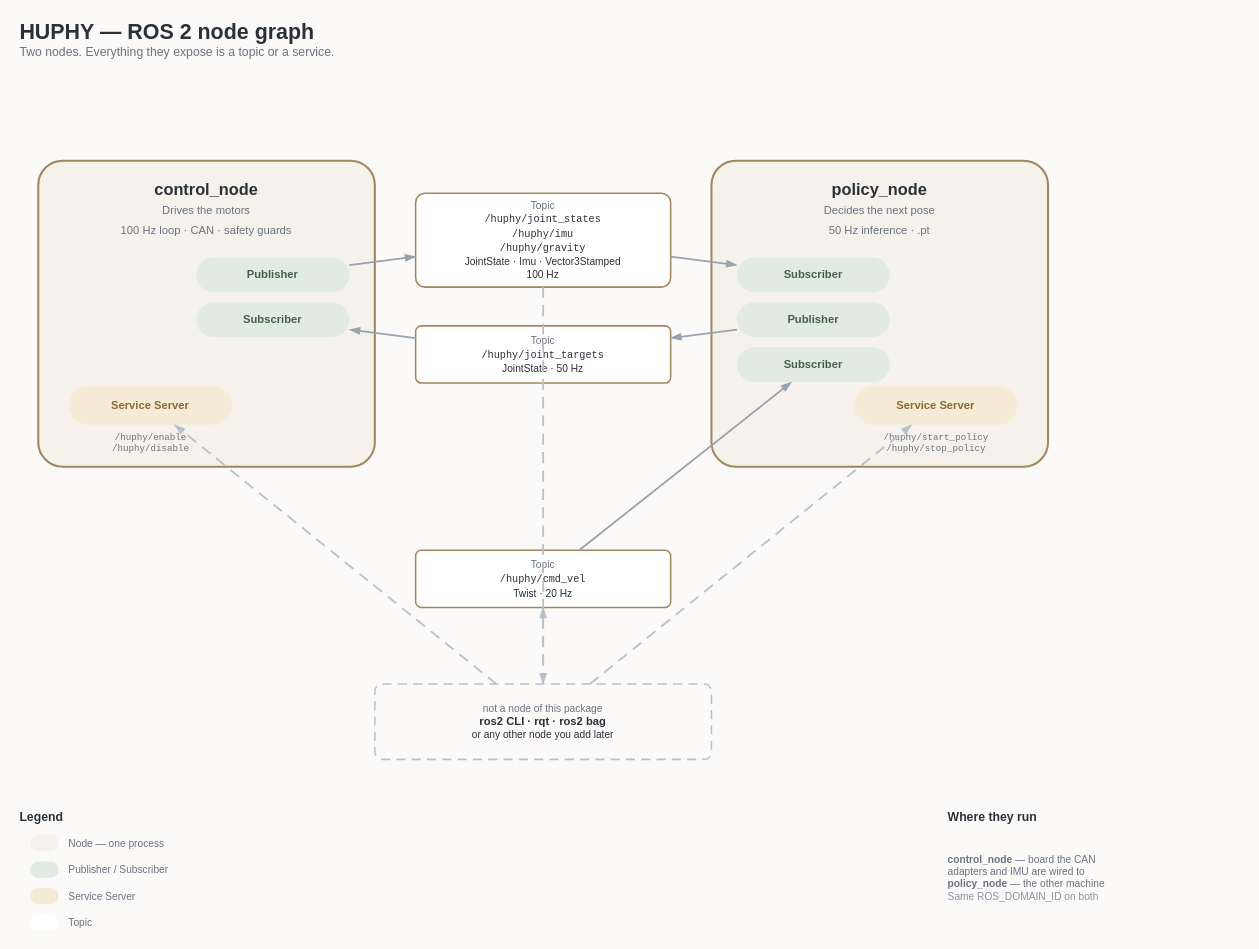
The draw.io diagram ros/ros.drawio in Human-Pygmalion/HUPHY, before the edit. Source tidied: cells renumbered, new cells numbered last; positions are measured from the earlier drawing's top-left corner, leaving out a move shared by most shapes. Both pictures are drawn from the tidied source at 102%, with x=0, y=0 at pixel (17, 17).
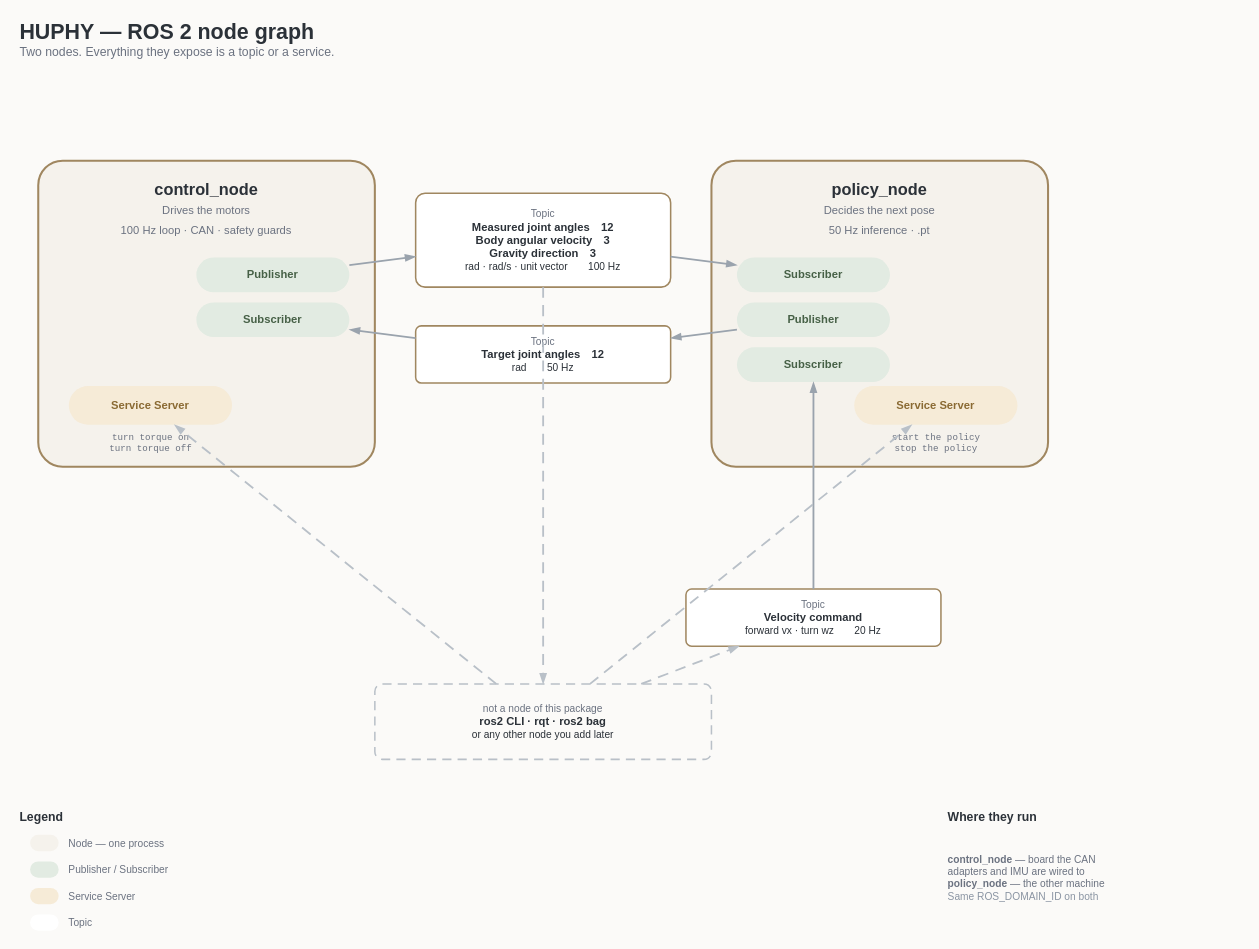
The same diagram, later.

Commit message:
docs(ros): 다이어그램 토픽 상자를 전달되는 값으로 적고 위치를 옮김

토픽 상자 안이 /huphy/joint_states 같은 경로였는데 무슨 값이 가는지로 바꿈.

  Measured joint angles 12 · Body angular velocity 3 · Gravity direction 3
  Target joint angles 12
  Velocity command — forward vx · turn wz

서비스 이름도 경로 대신 하는 일로 — turn torque on/off, start/stop the policy.

토픽 이름과 메시지 타입, QoS 는 ros/README.md 4장 표가 들고 있음. 그림은
무슨 값이 어느 방향으로 몇 Hz 로 가는지만 답함.

화살표가 겹치던 토픽 상자 위치는 사용자가 옮긴 것을 그대로 둠.

The edit, as a diff of the source:
```diff
@@
-    <mxCell id="8" value="/huphy/enable&lt;br&gt;/huphy/disable" style="text;html=1;strokeColor=none;fillColor=none;fontSize=9;fontColor=#6b7280;align=center;verticalAlign=middle;fontFamily=Courier New;" parent="1" vertex="1">
+    <mxCell id="8" value="turn torque on&lt;br&gt;turn torque off" style="text;html=1;strokeColor=none;fillColor=none;fontSize=9;fontColor=#6b7280;align=center;verticalAlign=middle;fontFamily=Courier New;" parent="1" vertex="1">
       <mxGeometry x="40" y="404" width="180" height="26" as="geometry" />
     </mxCell>
@@
-    <mxCell id="14" value="/huphy/start_policy&lt;br&gt;/huphy/stop_policy" style="text;html=1;strokeColor=none;fillColor=none;fontSize=9;fontColor=#6b7280;align=center;verticalAlign=middle;fontFamily=Courier New;" parent="1" vertex="1">
+    <mxCell id="14" value="start the policy&lt;br&gt;stop the policy" style="text;html=1;strokeColor=none;fillColor=none;fontSize=9;fontColor=#6b7280;align=center;verticalAlign=middle;fontFamily=Courier New;" parent="1" vertex="1">
       <mxGeometry x="810" y="404" width="180" height="26" as="geometry" />
     </mxCell>
-    <mxCell id="15" value="&lt;font style='font-size:10px;font-weight:normal;color:#6b7280'&gt;Topic&lt;/font&gt;&lt;br&gt;&lt;font style='font-family:Courier New;font-size:10px;font-weight:normal'&gt;/huphy/joint_states&lt;br&gt;/huphy/imu&lt;br&gt;/huphy/gravity&lt;/font&gt;&lt;br&gt;&lt;font style='font-size:10px;font-weight:normal'&gt;JointState · Imu · Vector3Stamped&lt;br&gt;100 Hz&lt;/font&gt;" style="rounded=1;arcSize=10;html=1;whiteSpace=wrap;fillColor=#ffffff;strokeColor=#a08760;strokeWidth=1.5;fontColor=#2b3138;fontSize=11;verticalAlign=middle;align=center;spacingLeft=8;spacingRight=8;fontStyle=1;" parent="1" vertex="1">
+    <mxCell id="15" value="&lt;font style='font-size:10px;font-weight:normal;color:#6b7280'&gt;Topic&lt;/font&gt;&lt;br&gt;Measured joint angles　12&lt;br&gt;Body angular velocity　3&lt;br&gt;Gravity direction　3&lt;br&gt;&lt;font style='font-size:10px;font-weight:normal'&gt;rad · rad/s · unit vector　　100 Hz&lt;/font&gt;" style="rounded=1;arcSize=10;html=1;whiteSpace=wrap;fillColor=#ffffff;strokeColor=#a08760;strokeWidth=1.5;fontColor=#2b3138;fontSize=11;verticalAlign=middle;align=center;spacingLeft=8;spacingRight=8;fontStyle=1;" parent="1" vertex="1">
       <mxGeometry x="390" y="172" width="250" height="92" as="geometry" />
     </mxCell>
-    <mxCell id="16" value="&lt;font style='font-size:10px;font-weight:normal;color:#6b7280'&gt;Topic&lt;/font&gt;&lt;br&gt;&lt;font style='font-family:Courier New;font-size:10px;font-weight:normal'&gt;/huphy/joint_targets&lt;/font&gt;&lt;br&gt;&lt;font style='font-size:10px;font-weight:normal'&gt;JointState · 50 Hz&lt;/font&gt;" style="rounded=1;arcSize=10;html=1;whiteSpace=wrap;fillColor=#ffffff;strokeColor=#a08760;strokeWidth=1.5;fontColor=#2b3138;fontSize=11;verticalAlign=middle;align=center;spacingLeft=8;spacingRight=8;fontStyle=1;" parent="1" vertex="1">
+    <mxCell id="16" value="&lt;font style='font-size:10px;font-weight:normal;color:#6b7280'&gt;Topic&lt;/font&gt;&lt;br&gt;Target joint angles　12&lt;br&gt;&lt;font style='font-size:10px;font-weight:normal'&gt;rad　　50 Hz&lt;/font&gt;" style="rounded=1;arcSize=10;html=1;whiteSpace=wrap;fillColor=#ffffff;strokeColor=#a08760;strokeWidth=1.5;fontColor=#2b3138;fontSize=11;verticalAlign=middle;align=center;spacingLeft=8;spacingRight=8;fontStyle=1;" parent="1" vertex="1">
       <mxGeometry x="390" y="302" width="250" height="56" as="geometry" />
     </mxCell>
-    <mxCell id="17" value="&lt;font style='font-size:10px;font-weight:normal;color:#6b7280'&gt;Topic&lt;/font&gt;&lt;br&gt;&lt;font style='font-family:Courier New;font-size:10px;font-weight:normal'&gt;/huphy/cmd_vel&lt;/font&gt;&lt;br&gt;&lt;font style='font-size:10px;font-weight:normal'&gt;Twist · 20 Hz&lt;/font&gt;" style="rounded=1;arcSize=10;html=1;whiteSpace=wrap;fillColor=#ffffff;strokeColor=#a08760;strokeWidth=1.5;fontColor=#2b3138;fontSize=11;verticalAlign=middle;align=center;spacingLeft=8;spacingRight=8;fontStyle=1;" parent="1" vertex="1">
-      <mxGeometry x="390" y="522" width="250" height="56" as="geometry" />
+    <mxCell id="17" value="&lt;font style='font-size:10px;font-weight:normal;color:#6b7280'&gt;Topic&lt;/font&gt;&lt;br&gt;Velocity command&lt;br&gt;&lt;font style='font-size:10px;font-weight:normal'&gt;forward vx · turn wz　　20 Hz&lt;/font&gt;" style="rounded=1;arcSize=10;html=1;whiteSpace=wrap;fillColor=#ffffff;strokeColor=#a08760;strokeWidth=1.5;fontColor=#2b3138;fontSize=11;verticalAlign=middle;align=center;spacingLeft=8;spacingRight=8;fontStyle=1;" parent="1" vertex="1">
+      <mxGeometry x="655" y="560" width="250" height="56" as="geometry" />
     </mxCell>
```
